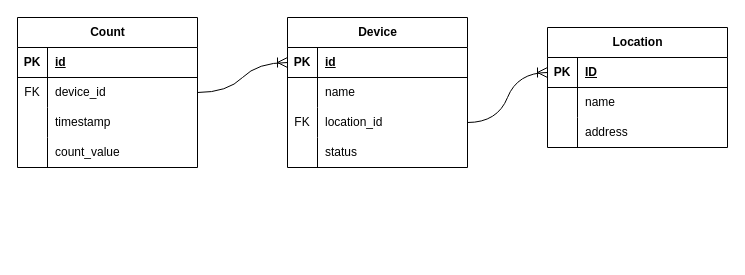
LaneMMII/people-counting-demo keeps this draw.io diagram as docs/architecture/people-counting-system-erd.drawio. Above is the earlier version. Source tidied: cells renumbered, new cells numbered last; positions are measured from the earlier drawing's top-left corner, leaving out a move shared by most shapes. Both pictures are drawn from the tidied source at 100%, with x=0, y=0 at pixel (17, 17).
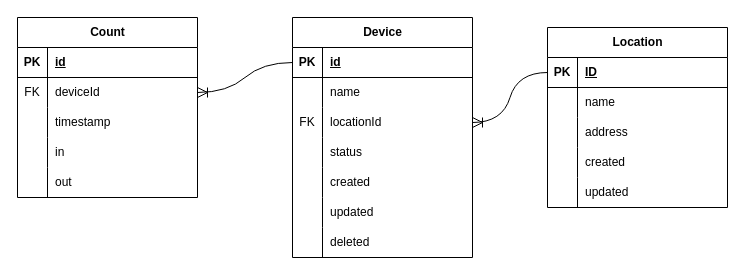
Above is the later version.

Commit message (it also covers changes not shown here):
ERD Update and name fixed

The change refers to these unchanged cells:
```xml
<mxCell id="6" style="shape=tableRow;horizontal=0;startSize=0;swimlaneHead=0;swimlaneBody=0;fillColor=none;points=[[0,0.5],[1,0.5]];portConstraint=eastwest;top=0;left=0;right=0;bottom=0;" parent="2" vertex="1">
  <mxGeometry y="60" width="180" height="30" as="geometry" />
</mxCell>
<mxCell id="12" style="shape=tableRow;horizontal=0;startSize=0;swimlaneHead=0;swimlaneBody=0;fillColor=none;top=0;left=0;right=0;bottom=0;" parent="2" vertex="1">
  <mxGeometry y="120" width="180" height="30" as="geometry" />
</mxCell>
<mxCell id="16" style="shape=tableRow;horizontal=0;startSize=0;swimlaneHead=0;swimlaneBody=0;fillColor=none;points=[[0,0.5],[1,0.5]];portConstraint=eastwest;top=0;left=0;right=0;bottom=1;" parent="15" vertex="1">
  <mxGeometry y="30" width="180" height="30" as="geometry" />
</mxCell>
<mxCell id="22" style="shape=tableRow;horizontal=0;startSize=0;swimlaneHead=0;swimlaneBody=0;fillColor=none;points=[[0,0.5],[1,0.5]];portConstraint=eastwest;top=0;left=0;right=0;bottom=0;" parent="15" vertex="1">
  <mxGeometry y="90" width="180" height="30" as="geometry" />
</mxCell>
<mxCell id="29" style="shape=tableRow;horizontal=0;startSize=0;swimlaneHead=0;swimlaneBody=0;fillColor=none;points=[[0,0.5],[1,0.5]];portConstraint=eastwest;top=0;left=0;right=0;bottom=1;" parent="28" vertex="1">
  <mxGeometry y="30" width="180" height="30" as="geometry" />
</mxCell>
```

The edit, as a diff of the source:
```diff
@@
     <mxCell id="2" value="Count" style="shape=table;startSize=30;childLayout=tableLayout;rowLines=0;fontStyle=1;align=center;html=1;" parent="1" vertex="1">
-      <mxGeometry width="180" height="150" as="geometry" />
+      <mxGeometry width="180" height="180" as="geometry" />
     </mxCell>
@@
-    <mxCell id="8" value="device_id" style="shape=partialRectangle;fillColor=none;top=0;left=0;bottom=0;right=0;align=left;spacingLeft=6;overflow=hidden;whiteSpace=wrap;html=1;" parent="6" vertex="1">
+    <mxCell id="8" value="deviceId" style="shape=partialRectangle;fillColor=none;top=0;left=0;bottom=0;right=0;align=left;spacingLeft=6;overflow=hidden;whiteSpace=wrap;html=1;" parent="6" vertex="1">
       <mxGeometry x="30" width="150" height="30" as="geometry" />
     </mxCell>
@@
-    <mxCell id="14" value="count_value" style="shape=partialRectangle;fillColor=none;top=0;left=0;bottom=0;right=0;align=left;spacingLeft=6;overflow=hidden;whiteSpace=wrap;html=1;" parent="12" vertex="1">
+    <mxCell id="14" value="in" style="shape=partialRectangle;fillColor=none;top=0;left=0;bottom=0;right=0;align=left;spacingLeft=6;overflow=hidden;whiteSpace=wrap;html=1;" parent="12" vertex="1">
       <mxGeometry x="30" width="150" height="30" as="geometry" />
     </mxCell>
+    <mxCell id="40" style="shape=tableRow;horizontal=0;startSize=0;swimlaneHead=0;swimlaneBody=0;fillColor=none;top=0;left=0;right=0;bottom=0;" parent="2" vertex="1">
+      <mxGeometry y="150" width="180" height="30" as="geometry" />
+    </mxCell>
+    <mxCell id="41" style="shape=partialRectangle;fillColor=none;top=0;left=0;bottom=0;right=0;overflow=hidden;whiteSpace=wrap;html=1;" parent="40" vertex="1">
+      <mxGeometry width="30" height="30" as="geometry" />
+    </mxCell>
+    <mxCell id="42" value="out" style="shape=partialRectangle;fillColor=none;top=0;left=0;bottom=0;right=0;align=left;spacingLeft=6;overflow=hidden;whiteSpace=wrap;html=1;" parent="40" vertex="1">
+      <mxGeometry x="30" width="150" height="30" as="geometry" />
+    </mxCell>
     <mxCell id="15" value="Device" style="shape=table;startSize=30;childLayout=tableLayout;rowLines=0;fontStyle=1;align=center;html=1;" parent="1" vertex="1">
-      <mxGeometry x="270" width="180" height="150" as="geometry" />
+      <mxGeometry x="275" width="180" height="240" as="geometry" />
     </mxCell>
@@
-    <mxCell id="24" value="location_id" style="shape=partialRectangle;fillColor=none;top=0;left=0;bottom=0;right=0;align=left;spacingLeft=6;overflow=hidden;whiteSpace=wrap;html=1;" parent="22" vertex="1">
+    <mxCell id="24" value="locationId" style="shape=partialRectangle;fillColor=none;top=0;left=0;bottom=0;right=0;align=left;spacingLeft=6;overflow=hidden;whiteSpace=wrap;html=1;" parent="22" vertex="1">
       <mxGeometry x="30" width="150" height="30" as="geometry" />
     </mxCell>
@@
+    <mxCell id="43" style="shape=tableRow;horizontal=0;startSize=0;swimlaneHead=0;swimlaneBody=0;fillColor=none;top=0;left=0;right=0;bottom=0;" parent="15" vertex="1">
+      <mxGeometry y="150" width="180" height="30" as="geometry" />
+    </mxCell>
+    <mxCell id="44" style="shape=partialRectangle;fillColor=none;top=0;left=0;bottom=0;right=0;overflow=hidden;whiteSpace=wrap;html=1;" parent="43" vertex="1">
+      <mxGeometry width="30" height="30" as="geometry" />
+    </mxCell>
+    <mxCell id="45" value="created" style="shape=partialRectangle;fillColor=none;top=0;left=0;bottom=0;right=0;align=left;spacingLeft=6;overflow=hidden;whiteSpace=wrap;html=1;" parent="43" vertex="1">
+      <mxGeometry x="30" width="150" height="30" as="geometry" />
+    </mxCell>
+    <mxCell id="46" style="shape=tableRow;horizontal=0;startSize=0;swimlaneHead=0;swimlaneBody=0;fillColor=none;top=0;left=0;right=0;bottom=0;" parent="15" vertex="1">
+      <mxGeometry y="180" width="180" height="30" as="geometry" />
+    </mxCell>
+    <mxCell id="47" style="shape=partialRectangle;fillColor=none;top=0;left=0;bottom=0;right=0;overflow=hidden;whiteSpace=wrap;html=1;" parent="46" vertex="1">
+      <mxGeometry width="30" height="30" as="geometry" />
+    </mxCell>
+    <mxCell id="48" value="updated" style="shape=partialRectangle;fillColor=none;top=0;left=0;bottom=0;right=0;align=left;spacingLeft=6;overflow=hidden;whiteSpace=wrap;html=1;" parent="46" vertex="1">
+      <mxGeometry x="30" width="150" height="30" as="geometry" />
+    </mxCell>
+    <mxCell id="49" style="shape=tableRow;horizontal=0;startSize=0;swimlaneHead=0;swimlaneBody=0;fillColor=none;top=0;left=0;right=0;bottom=0;" parent="15" vertex="1">
+      <mxGeometry y="210" width="180" height="30" as="geometry" />
+    </mxCell>
+    <mxCell id="50" style="shape=partialRectangle;fillColor=none;top=0;left=0;bottom=0;right=0;overflow=hidden;whiteSpace=wrap;html=1;" parent="49" vertex="1">
+      <mxGeometry width="30" height="30" as="geometry" />
+    </mxCell>
+    <mxCell id="51" value="deleted" style="shape=partialRectangle;fillColor=none;top=0;left=0;bottom=0;right=0;align=left;spacingLeft=6;overflow=hidden;whiteSpace=wrap;html=1;" parent="49" vertex="1">
+      <mxGeometry x="30" width="150" height="30" as="geometry" />
+    </mxCell>
     <mxCell id="28" value="Location" style="shape=table;startSize=30;childLayout=tableLayout;rowLines=0;fontStyle=1;align=center;html=1;" parent="1" vertex="1">
-      <mxGeometry x="530" y="10" width="180" height="120" as="geometry" />
+      <mxGeometry x="530" y="10" width="180" height="180" as="geometry" />
     </mxCell>
@@
+    <mxCell id="52" style="shape=tableRow;horizontal=0;startSize=0;swimlaneHead=0;swimlaneBody=0;fillColor=none;top=0;left=0;right=0;bottom=0;" parent="28" vertex="1">
+      <mxGeometry y="120" width="180" height="30" as="geometry" />
+    </mxCell>
+    <mxCell id="53" style="shape=partialRectangle;fillColor=none;top=0;left=0;bottom=0;right=0;overflow=hidden;whiteSpace=wrap;html=1;" parent="52" vertex="1">
+      <mxGeometry width="30" height="30" as="geometry" />
+    </mxCell>
+    <mxCell id="54" value="created" style="shape=partialRectangle;fillColor=none;top=0;left=0;bottom=0;right=0;align=left;spacingLeft=6;overflow=hidden;whiteSpace=wrap;html=1;" parent="52" vertex="1">
+      <mxGeometry x="30" width="150" height="30" as="geometry" />
+    </mxCell>
+    <mxCell id="55" style="shape=tableRow;horizontal=0;startSize=0;swimlaneHead=0;swimlaneBody=0;fillColor=none;top=0;left=0;right=0;bottom=0;" parent="28" vertex="1">
+      <mxGeometry y="150" width="180" height="30" as="geometry" />
+    </mxCell>
+    <mxCell id="56" style="shape=partialRectangle;fillColor=none;top=0;left=0;bottom=0;right=0;overflow=hidden;whiteSpace=wrap;html=1;" parent="55" vertex="1">
+      <mxGeometry width="30" height="30" as="geometry" />
+    </mxCell>
+    <mxCell id="57" value="updated" style="shape=partialRectangle;fillColor=none;top=0;left=0;bottom=0;right=0;align=left;spacingLeft=6;overflow=hidden;whiteSpace=wrap;html=1;" parent="55" vertex="1">
+      <mxGeometry x="30" width="150" height="30" as="geometry" />
+    </mxCell>
-    <mxCell id="38" style="edgeStyle=entityRelationEdgeStyle;fontSize=12;html=1;endArrow=ERoneToMany;rounded=0;startSize=8;endSize=8;curved=1;exitX=1;exitY=0.5;exitDx=0;exitDy=0;entryX=0;entryY=0.5;entryDx=0;entryDy=0;" parent="1" edge="1" source="22" target="29">
+    <mxCell id="38" style="edgeStyle=entityRelationEdgeStyle;fontSize=12;html=1;endArrow=ERoneToMany;rounded=0;startSize=8;endSize=8;curved=1;exitX=0;exitY=0.5;exitDx=0;exitDy=0;entryX=1;entryY=0.5;entryDx=0;entryDy=0;" parent="1" edge="1" source="29" target="22">
       <mxGeometry relative="1" as="geometry" />
     </mxCell>
-    <mxCell id="39" style="edgeStyle=entityRelationEdgeStyle;fontSize=12;html=1;endArrow=ERoneToMany;rounded=0;startSize=8;endSize=8;curved=1;exitX=1;exitY=0.5;exitDx=0;exitDy=0;entryX=0;entryY=0.5;entryDx=0;entryDy=0;" parent="1" edge="1" source="6" target="16">
-      <mxGeometry relative="1" as="geometry" />
+    <mxCell id="39" style="edgeStyle=entityRelationEdgeStyle;fontSize=12;html=1;endArrow=ERoneToMany;rounded=0;startSize=8;endSize=8;curved=1;exitX=0;exitY=0.5;exitDx=0;exitDy=0;entryX=1;entryY=0.5;entryDx=0;entryDy=0;" parent="1" edge="1" source="16" target="6">
+      <mxGeometry relative="1" as="geometry">
+        <Array as="points">
+          <mxPoint x="240" y="220" />
+        </Array>
+      </mxGeometry>
     </mxCell>
```
